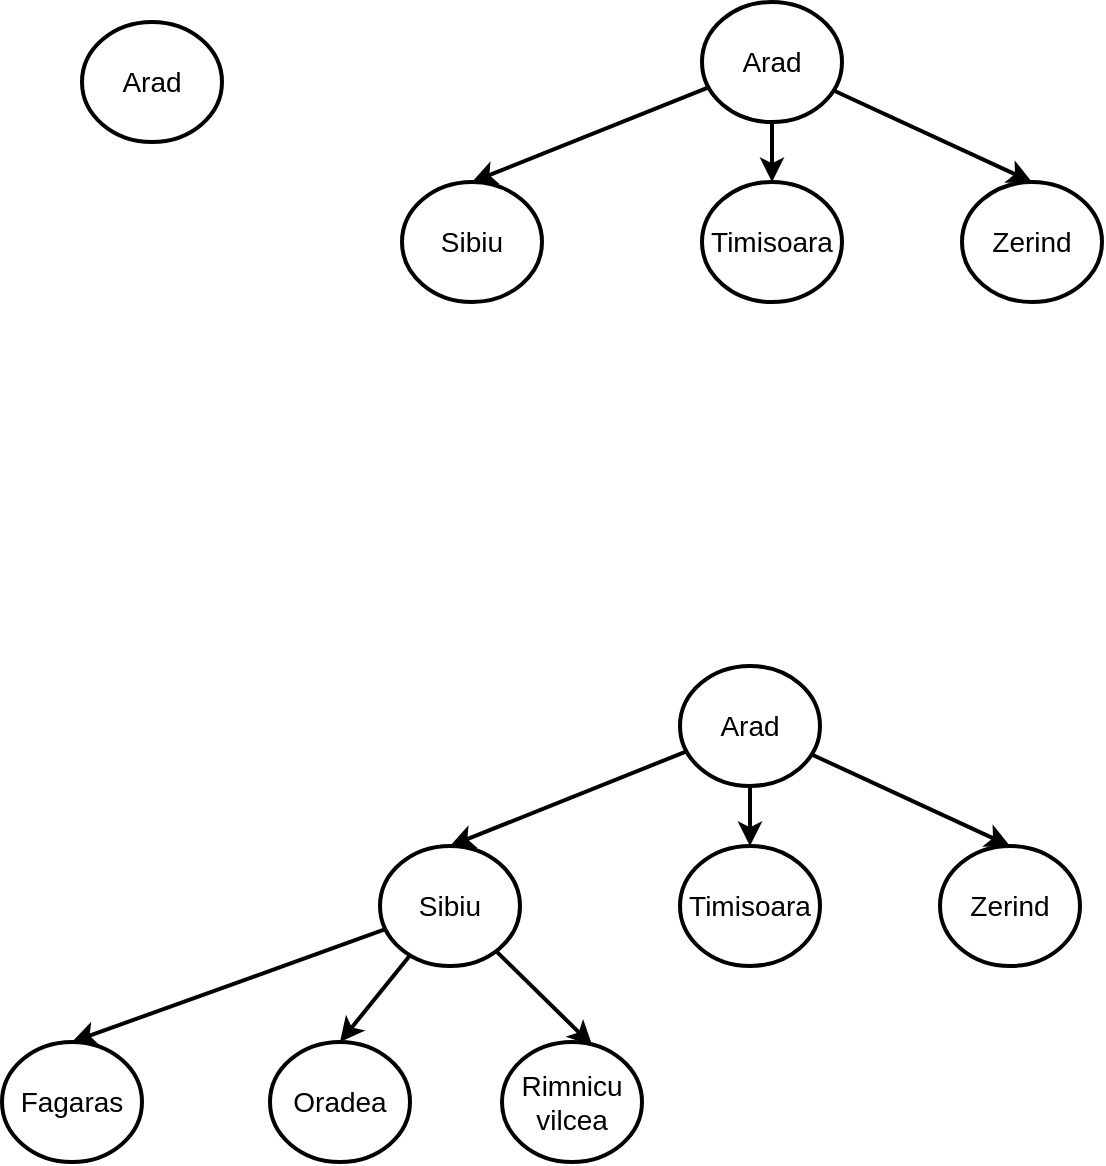
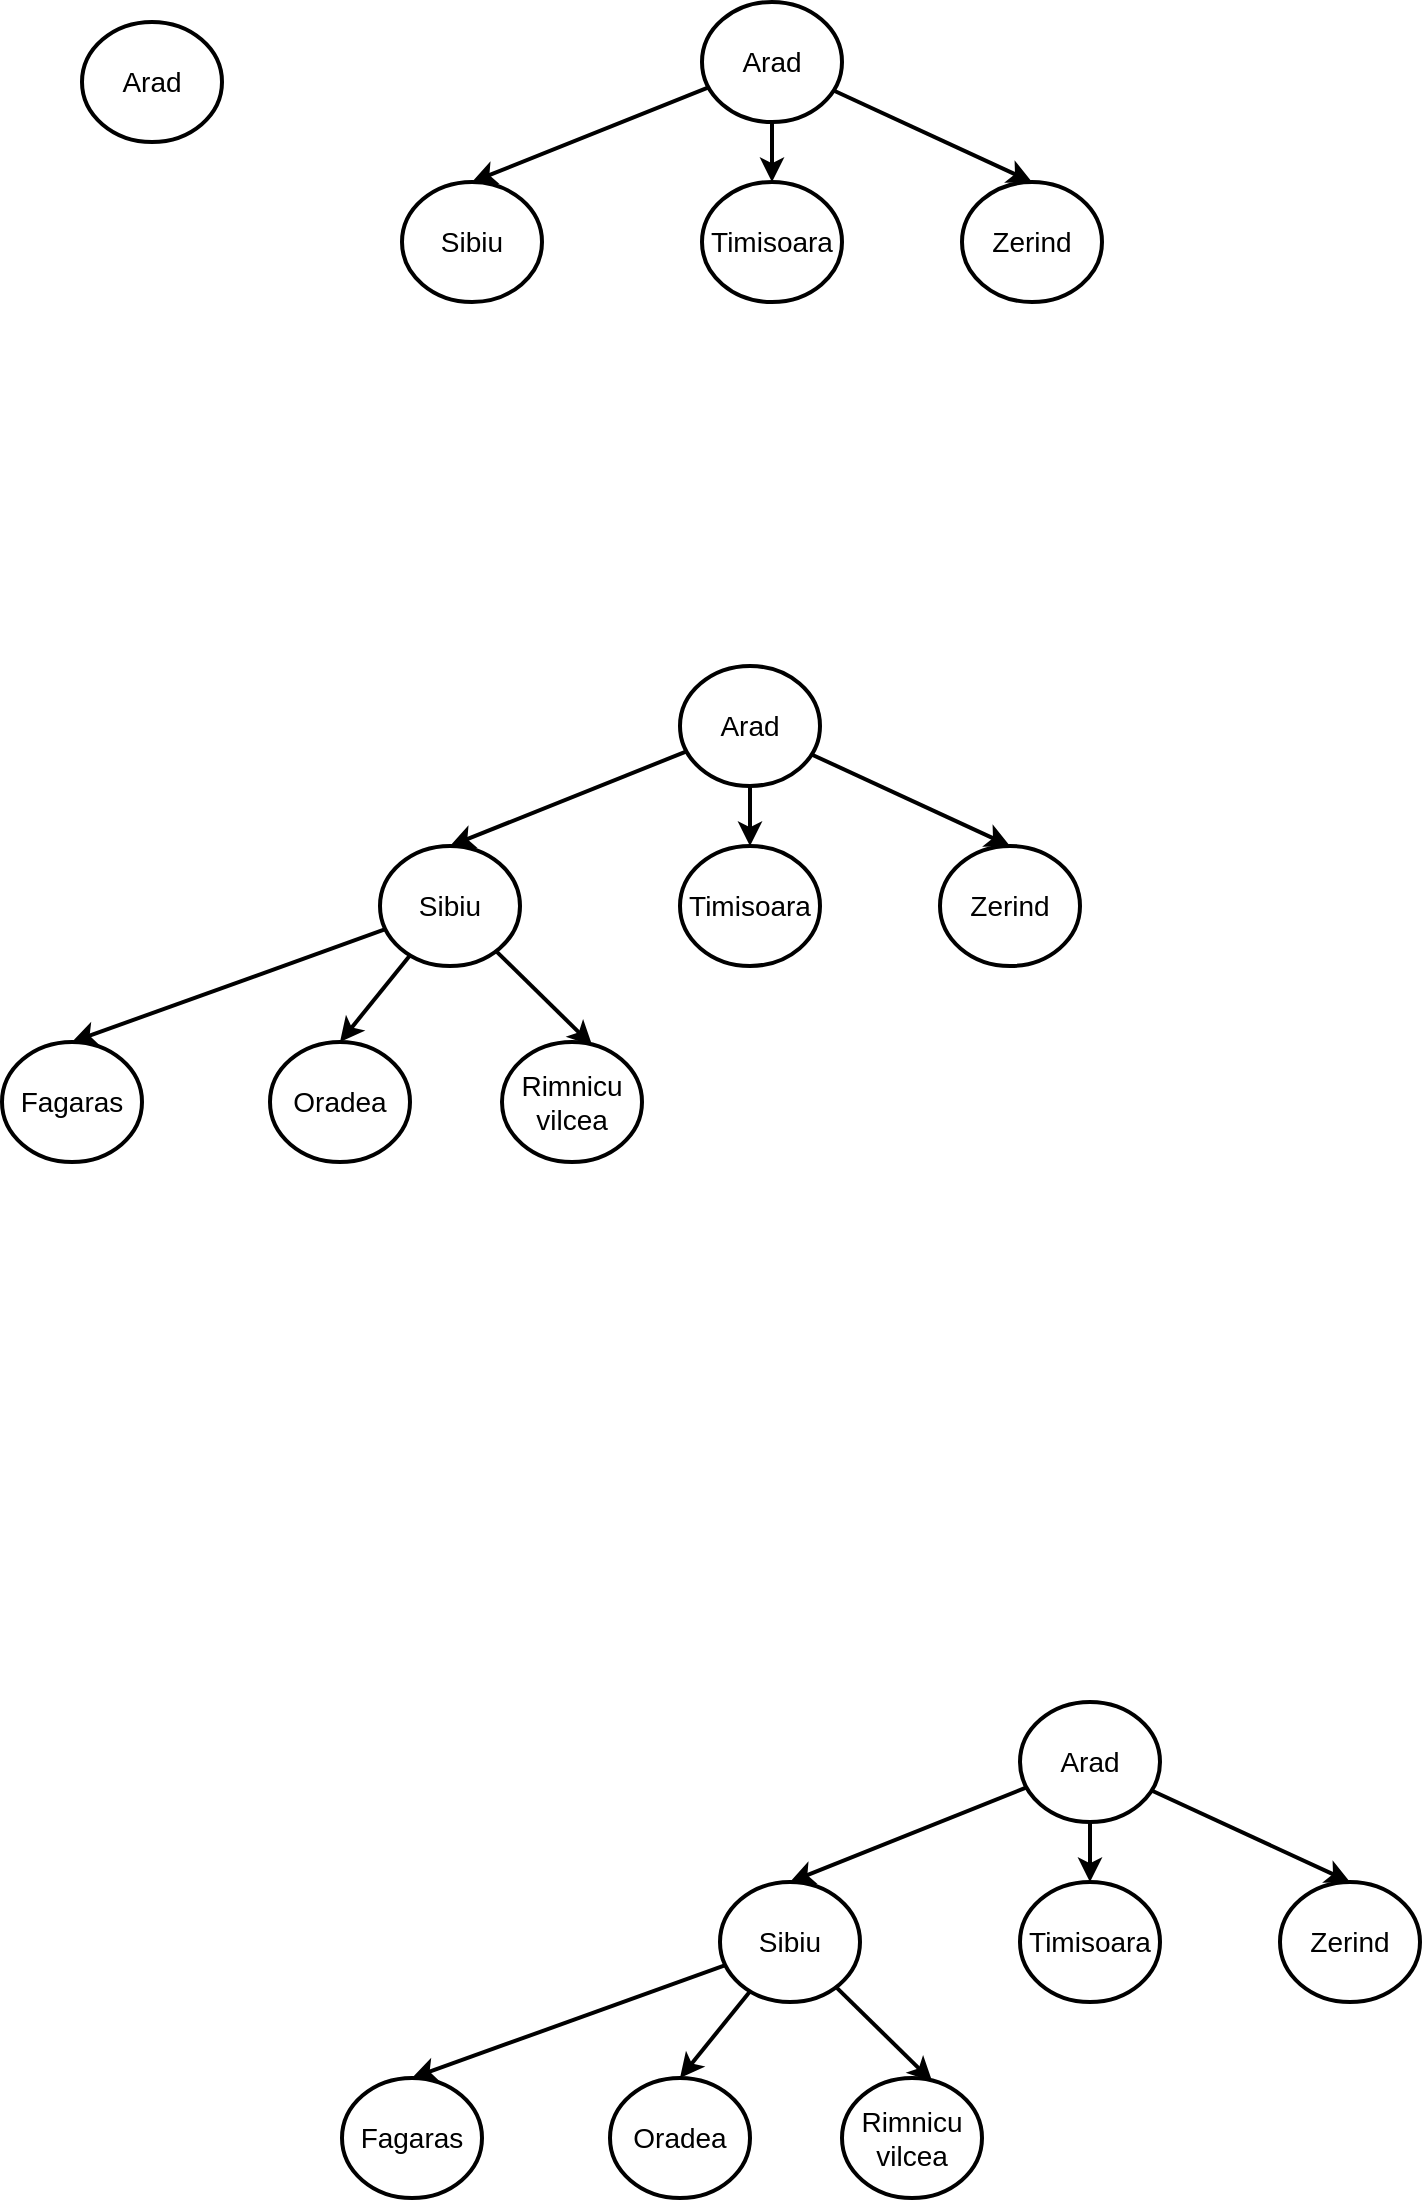
<mxfile host="app.diagrams.net">
  <diagram name="Page-1" id="BSzVWueWxRZ0f2yqvMc-">
    <mxGraphModel dx="772" dy="413" grid="1" gridSize="10" guides="1" tooltips="1" connect="1" arrows="1" fold="1" page="1" pageScale="1" pageWidth="850" pageHeight="1100" math="0" shadow="0">
      <root>
        <mxCell id="0" />
        <mxCell id="1" parent="0" />
        <mxCell id="DJkdPokyCSNuBn839fvl-1" parent="1" style="ellipse;whiteSpace=wrap;html=1;strokeWidth=2;fontSize=14;" value="Arad" vertex="1">
          <mxGeometry height="60" width="70" x="80" y="40" as="geometry" />
        </mxCell>
        <mxCell id="DJkdPokyCSNuBn839fvl-6" edge="1" parent="1" source="DJkdPokyCSNuBn839fvl-2" style="rounded=0;orthogonalLoop=1;jettySize=auto;html=1;entryX=0.5;entryY=0;entryDx=0;entryDy=0;strokeWidth=2;" target="DJkdPokyCSNuBn839fvl-3">
          <mxGeometry relative="1" as="geometry" />
        </mxCell>
        <mxCell id="DJkdPokyCSNuBn839fvl-7" edge="1" parent="1" source="DJkdPokyCSNuBn839fvl-2" style="edgeStyle=orthogonalEdgeStyle;rounded=0;orthogonalLoop=1;jettySize=auto;html=1;strokeWidth=2;" target="DJkdPokyCSNuBn839fvl-4" value="">
          <mxGeometry relative="1" as="geometry" />
        </mxCell>
        <mxCell id="DJkdPokyCSNuBn839fvl-8" edge="1" parent="1" source="DJkdPokyCSNuBn839fvl-2" style="rounded=0;orthogonalLoop=1;jettySize=auto;html=1;entryX=0.5;entryY=0;entryDx=0;entryDy=0;strokeWidth=2;" target="DJkdPokyCSNuBn839fvl-5">
          <mxGeometry relative="1" as="geometry" />
        </mxCell>
        <mxCell id="DJkdPokyCSNuBn839fvl-2" parent="1" style="ellipse;whiteSpace=wrap;html=1;strokeWidth=2;fontSize=14;" value="Arad" vertex="1">
          <mxGeometry height="60" width="70" x="390" y="30" as="geometry" />
        </mxCell>
        <mxCell id="DJkdPokyCSNuBn839fvl-3" parent="1" style="ellipse;whiteSpace=wrap;html=1;strokeWidth=2;fontSize=14;" value="Sibiu" vertex="1">
          <mxGeometry height="60" width="70" x="240" y="120" as="geometry" />
        </mxCell>
        <mxCell id="DJkdPokyCSNuBn839fvl-4" parent="1" style="ellipse;whiteSpace=wrap;html=1;strokeWidth=2;fontSize=14;" value="Timisoara" vertex="1">
          <mxGeometry height="60" width="70" x="390" y="120" as="geometry" />
        </mxCell>
        <mxCell id="DJkdPokyCSNuBn839fvl-5" parent="1" style="ellipse;whiteSpace=wrap;html=1;strokeWidth=2;fontSize=14;" value="Zerind" vertex="1">
          <mxGeometry height="60" width="70" x="520" y="120" as="geometry" />
        </mxCell>
        <mxCell id="DJkdPokyCSNuBn839fvl-9" edge="1" parent="1" source="DJkdPokyCSNuBn839fvl-12" style="rounded=0;orthogonalLoop=1;jettySize=auto;html=1;entryX=0.5;entryY=0;entryDx=0;entryDy=0;strokeWidth=2;" target="DJkdPokyCSNuBn839fvl-13">
          <mxGeometry relative="1" as="geometry" />
        </mxCell>
        <mxCell id="DJkdPokyCSNuBn839fvl-10" edge="1" parent="1" source="DJkdPokyCSNuBn839fvl-12" style="edgeStyle=orthogonalEdgeStyle;rounded=0;orthogonalLoop=1;jettySize=auto;html=1;strokeWidth=2;" target="DJkdPokyCSNuBn839fvl-14" value="">
          <mxGeometry relative="1" as="geometry" />
        </mxCell>
        <mxCell id="DJkdPokyCSNuBn839fvl-11" edge="1" parent="1" source="DJkdPokyCSNuBn839fvl-12" style="rounded=0;orthogonalLoop=1;jettySize=auto;html=1;entryX=0.5;entryY=0;entryDx=0;entryDy=0;strokeWidth=2;" target="DJkdPokyCSNuBn839fvl-15">
          <mxGeometry relative="1" as="geometry" />
        </mxCell>
        <mxCell id="DJkdPokyCSNuBn839fvl-12" parent="1" style="ellipse;whiteSpace=wrap;html=1;strokeWidth=2;fontSize=14;" value="Arad" vertex="1">
          <mxGeometry height="60" width="70" x="379" y="362" as="geometry" />
        </mxCell>
        <mxCell id="DJkdPokyCSNuBn839fvl-20" edge="1" parent="1" source="DJkdPokyCSNuBn839fvl-13" style="rounded=0;orthogonalLoop=1;jettySize=auto;html=1;entryX=0.5;entryY=0;entryDx=0;entryDy=0;strokeWidth=2;" target="DJkdPokyCSNuBn839fvl-16">
          <mxGeometry relative="1" as="geometry" />
        </mxCell>
        <mxCell id="DJkdPokyCSNuBn839fvl-22" edge="1" parent="1" source="DJkdPokyCSNuBn839fvl-13" style="rounded=0;orthogonalLoop=1;jettySize=auto;html=1;entryX=0.5;entryY=0;entryDx=0;entryDy=0;strokeWidth=2;" target="DJkdPokyCSNuBn839fvl-17">
          <mxGeometry relative="1" as="geometry" />
        </mxCell>
        <mxCell id="DJkdPokyCSNuBn839fvl-13" parent="1" style="ellipse;whiteSpace=wrap;html=1;strokeWidth=2;fontSize=14;" value="Sibiu" vertex="1">
          <mxGeometry height="60" width="70" x="229" y="452" as="geometry" />
        </mxCell>
        <mxCell id="DJkdPokyCSNuBn839fvl-14" parent="1" style="ellipse;whiteSpace=wrap;html=1;strokeWidth=2;fontSize=14;" value="Timisoara" vertex="1">
          <mxGeometry height="60" width="70" x="379" y="452" as="geometry" />
        </mxCell>
        <mxCell id="DJkdPokyCSNuBn839fvl-15" parent="1" style="ellipse;whiteSpace=wrap;html=1;strokeWidth=2;fontSize=14;" value="Zerind" vertex="1">
          <mxGeometry height="60" width="70" x="509" y="452" as="geometry" />
        </mxCell>
        <mxCell id="DJkdPokyCSNuBn839fvl-16" parent="1" style="ellipse;whiteSpace=wrap;html=1;strokeWidth=2;fontSize=14;" value="Fagaras" vertex="1">
          <mxGeometry height="60" width="70" x="40" y="550" as="geometry" />
        </mxCell>
        <mxCell id="DJkdPokyCSNuBn839fvl-17" parent="1" style="ellipse;whiteSpace=wrap;html=1;strokeWidth=2;fontSize=14;" value="Oradea" vertex="1">
          <mxGeometry height="60" width="70" x="174" y="550" as="geometry" />
        </mxCell>
        <mxCell id="DJkdPokyCSNuBn839fvl-18" parent="1" style="ellipse;whiteSpace=wrap;html=1;strokeWidth=2;fontSize=14;" value="Rimnicu vilcea" vertex="1">
          <mxGeometry height="60" width="70" x="290" y="550" as="geometry" />
        </mxCell>
        <mxCell id="Ml4Ql19CaX9xTliP9EH--1" edge="1" parent="1" source="DJkdPokyCSNuBn839fvl-13" style="rounded=0;orthogonalLoop=1;jettySize=auto;html=1;entryX=0.644;entryY=0.028;entryDx=0;entryDy=0;entryPerimeter=0;strokeWidth=2;" target="DJkdPokyCSNuBn839fvl-18">
          <mxGeometry relative="1" as="geometry" />
        </mxCell>
+         <mxCell id="Ml4Ql19CaX9xTliP9EH--2" edge="1" parent="1" source="Ml4Ql19CaX9xTliP9EH--5" style="rounded=0;orthogonalLoop=1;jettySize=auto;html=1;entryX=0.5;entryY=0;entryDx=0;entryDy=0;strokeWidth=2;" target="Ml4Ql19CaX9xTliP9EH--8">
+           <mxGeometry relative="1" as="geometry" />
+         </mxCell>
+         <mxCell id="Ml4Ql19CaX9xTliP9EH--3" edge="1" parent="1" source="Ml4Ql19CaX9xTliP9EH--5" style="edgeStyle=orthogonalEdgeStyle;rounded=0;orthogonalLoop=1;jettySize=auto;html=1;strokeWidth=2;" target="Ml4Ql19CaX9xTliP9EH--9" value="">
+           <mxGeometry relative="1" as="geometry" />
+         </mxCell>
+         <mxCell id="Ml4Ql19CaX9xTliP9EH--4" edge="1" parent="1" source="Ml4Ql19CaX9xTliP9EH--5" style="rounded=0;orthogonalLoop=1;jettySize=auto;html=1;entryX=0.5;entryY=0;entryDx=0;entryDy=0;strokeWidth=2;" target="Ml4Ql19CaX9xTliP9EH--10">
+           <mxGeometry relative="1" as="geometry" />
+         </mxCell>
+         <mxCell id="Ml4Ql19CaX9xTliP9EH--5" parent="1" style="ellipse;whiteSpace=wrap;html=1;strokeWidth=2;fontSize=14;" value="Arad" vertex="1">
+           <mxGeometry height="60" width="70" x="549" y="880" as="geometry" />
+         </mxCell>
+         <mxCell id="Ml4Ql19CaX9xTliP9EH--6" edge="1" parent="1" source="Ml4Ql19CaX9xTliP9EH--8" style="rounded=0;orthogonalLoop=1;jettySize=auto;html=1;entryX=0.5;entryY=0;entryDx=0;entryDy=0;strokeWidth=2;" target="Ml4Ql19CaX9xTliP9EH--11">
+           <mxGeometry relative="1" as="geometry" />
+         </mxCell>
+         <mxCell id="Ml4Ql19CaX9xTliP9EH--7" edge="1" parent="1" source="Ml4Ql19CaX9xTliP9EH--8" style="rounded=0;orthogonalLoop=1;jettySize=auto;html=1;entryX=0.5;entryY=0;entryDx=0;entryDy=0;strokeWidth=2;" target="Ml4Ql19CaX9xTliP9EH--12">
+           <mxGeometry relative="1" as="geometry" />
+         </mxCell>
+         <mxCell id="Ml4Ql19CaX9xTliP9EH--8" parent="1" style="ellipse;whiteSpace=wrap;html=1;strokeWidth=2;fontSize=14;" value="Sibiu" vertex="1">
+           <mxGeometry height="60" width="70" x="399" y="970" as="geometry" />
+         </mxCell>
+         <mxCell id="Ml4Ql19CaX9xTliP9EH--9" parent="1" style="ellipse;whiteSpace=wrap;html=1;strokeWidth=2;fontSize=14;" value="Timisoara" vertex="1">
+           <mxGeometry height="60" width="70" x="549" y="970" as="geometry" />
+         </mxCell>
+         <mxCell id="Ml4Ql19CaX9xTliP9EH--10" parent="1" style="ellipse;whiteSpace=wrap;html=1;strokeWidth=2;fontSize=14;" value="Zerind" vertex="1">
+           <mxGeometry height="60" width="70" x="679" y="970" as="geometry" />
+         </mxCell>
+         <mxCell id="Ml4Ql19CaX9xTliP9EH--11" parent="1" style="ellipse;whiteSpace=wrap;html=1;strokeWidth=2;fontSize=14;" value="Fagaras" vertex="1">
+           <mxGeometry height="60" width="70" x="210" y="1068" as="geometry" />
+         </mxCell>
+         <mxCell id="Ml4Ql19CaX9xTliP9EH--12" parent="1" style="ellipse;whiteSpace=wrap;html=1;strokeWidth=2;fontSize=14;" value="Oradea" vertex="1">
+           <mxGeometry height="60" width="70" x="344" y="1068" as="geometry" />
+         </mxCell>
+         <mxCell id="Ml4Ql19CaX9xTliP9EH--13" parent="1" style="ellipse;whiteSpace=wrap;html=1;strokeWidth=2;fontSize=14;" value="Rimnicu vilcea" vertex="1">
+           <mxGeometry height="60" width="70" x="460" y="1068" as="geometry" />
+         </mxCell>
+         <mxCell id="Ml4Ql19CaX9xTliP9EH--14" edge="1" parent="1" source="Ml4Ql19CaX9xTliP9EH--8" style="rounded=0;orthogonalLoop=1;jettySize=auto;html=1;entryX=0.644;entryY=0.028;entryDx=0;entryDy=0;entryPerimeter=0;strokeWidth=2;" target="Ml4Ql19CaX9xTliP9EH--13">
+           <mxGeometry relative="1" as="geometry" />
+         </mxCell>
      </root>
    </mxGraphModel>
  </diagram>
</mxfile>
